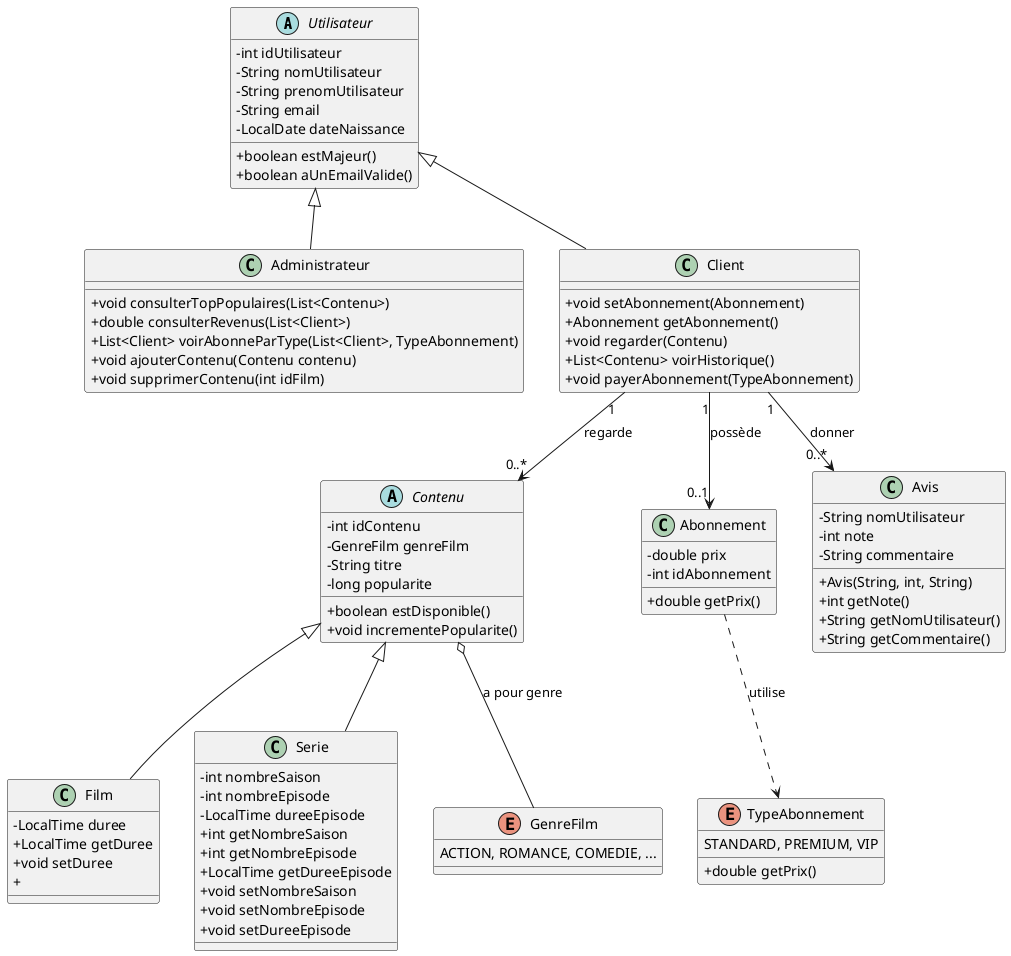
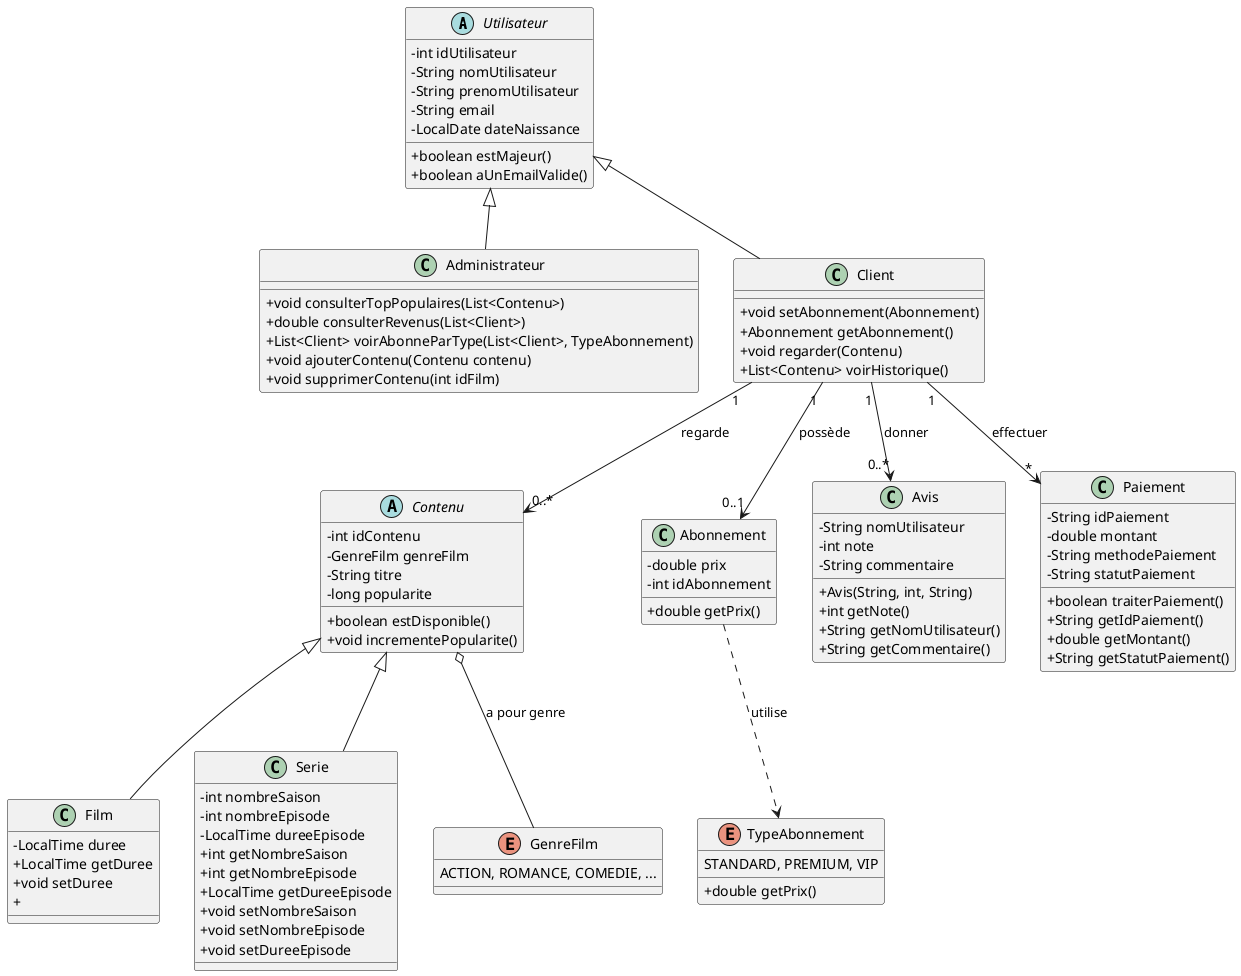
@startuml
skinparam classAttributeIconSize 0

abstract class Utilisateur {
    - int idUtilisateur
    - String nomUtilisateur
    - String prenomUtilisateur
    - String email
    - LocalDate dateNaissance
    + boolean estMajeur()
    + boolean aUnEmailValide()
}

class Administrateur extends Utilisateur {
    + void consulterTopPopulaires(List<Contenu>)
    + double consulterRevenus(List<Client>)
    + List<Client> voirAbonneParType(List<Client>, TypeAbonnement)
    + void ajouterContenu(Contenu contenu)
    + void supprimerContenu(int idFilm)
}


class Client extends Utilisateur {
    + void setAbonnement(Abonnement)
    + Abonnement getAbonnement()
    + void regarder(Contenu)
    + List<Contenu> voirHistorique()
-     + void payerAbonnement(TypeAbonnement)
}

abstract class Contenu {
    - int idContenu
    - GenreFilm genreFilm
    - String titre
    - long popularite
    + boolean estDisponible()
    + void incrementePopularite()
}

class Film extends Contenu {
    - LocalTime duree
    + LocalTime getDuree
    + void setDuree
    +
}

class Serie extends Contenu {
    - int nombreSaison
    - int nombreEpisode
    - LocalTime dureeEpisode
    + int getNombreSaison
    + int getNombreEpisode
    + LocalTime getDureeEpisode
    + void setNombreSaison
    + void setNombreEpisode
    + void setDureeEpisode
}

class Abonnement {
    - double prix
    - int idAbonnement
    + double getPrix()
}

class Avis {
    - String nomUtilisateur
    - int note
    - String commentaire

    + Avis(String, int, String)
    + int getNote()
    + String getNomUtilisateur()
    + String getCommentaire()
}

+ class Paiement {
+    - String idPaiement
+    - double montant
+    - String methodePaiement
+    - String statutPaiement
+    + boolean traiterPaiement()
+    + String getIdPaiement()
+    + double getMontant()
+    +  String getStatutPaiement()
+ }
+ 
enum TypeAbonnement {
    STANDARD, PREMIUM, VIP
    + double getPrix()
}

enum GenreFilm {
    ACTION, ROMANCE, COMEDIE, ...
}

Client "1" --> "0..1" Abonnement : possède
Client "1" --> "0..*" Contenu : regarde
Client "1" --> "0..*" Avis : donner
+ Client "1" --> "*" Paiement : effectuer
Abonnement ..> TypeAbonnement : utilise
Contenu o-- GenreFilm : a pour genre

@enduml